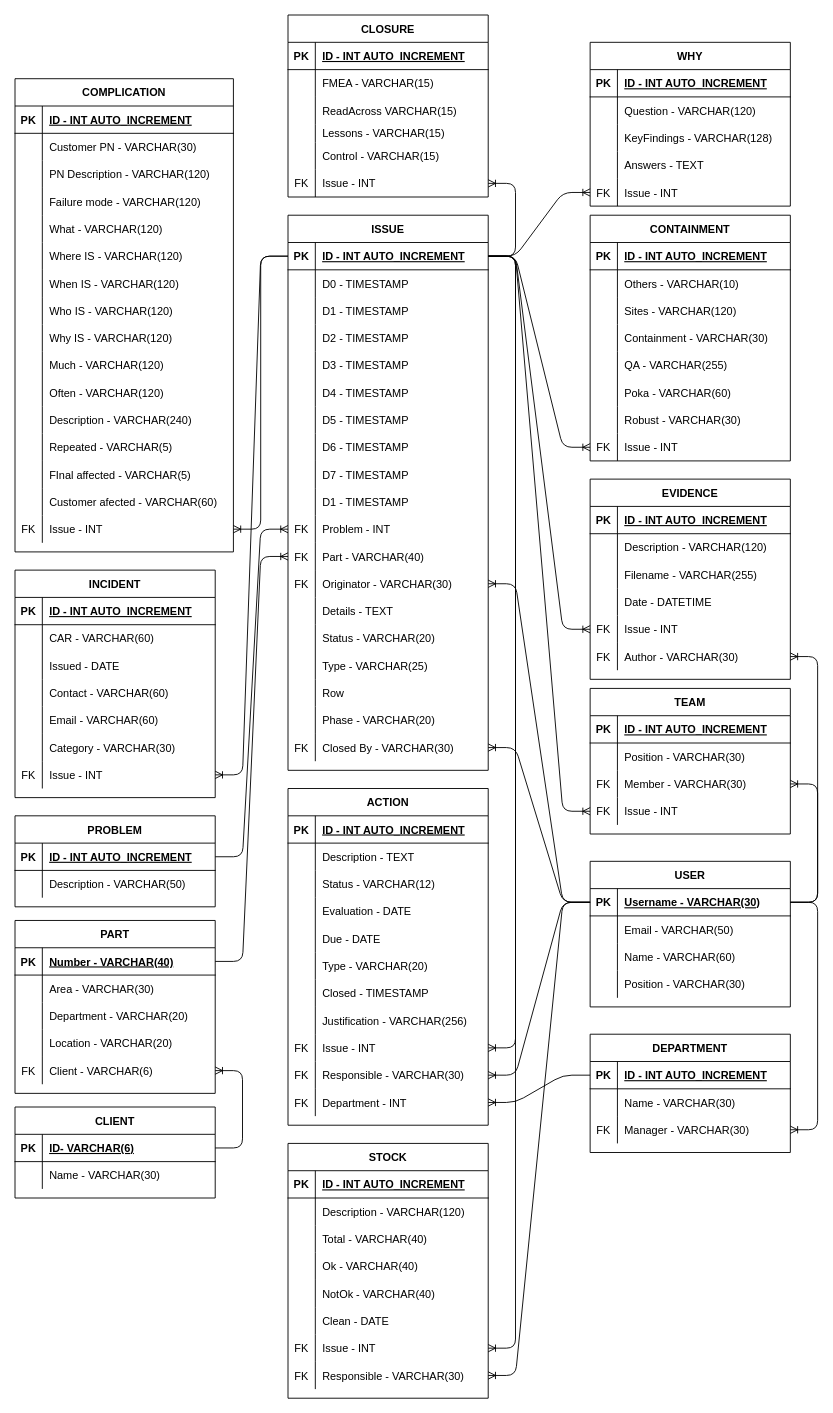
Earlier version of the draw.io diagram api/db/model/TableDiagram.drawio (FFahrenheit/ScrapActionListAPI). Source tidied: cells renumbered, new cells numbered last; positions are measured from the earlier drawing's top-left corner, leaving out a move shared by most shapes. Both pictures are drawn from the tidied source at 91%, with x=0, y=0 at pixel (15, 15).
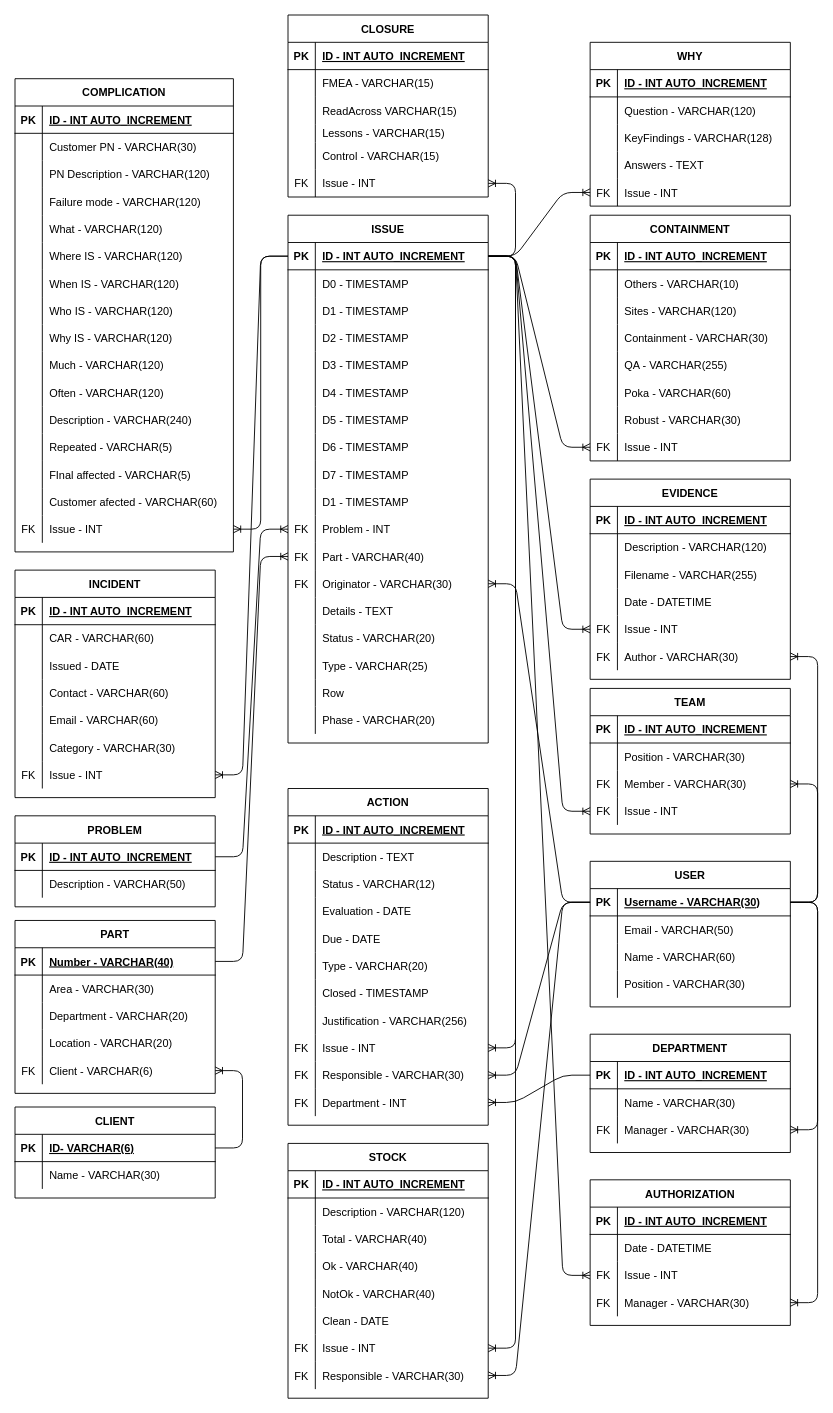
Above is the later version.

Commit message (it also covers changes not shown here):
Arreglo bases de datos para cerrado de issue

Unchanged cells that the change refers to:
```xml
<mxCell id="33" style="shape=partialRectangle;fillColor=none;top=0;left=0;bottom=1;right=0;points=[[0,0.5],[1,0.5]];portConstraint=eastwest;" parent="32" vertex="1">
  <mxGeometry y="30" width="220" height="30" as="geometry" />
</mxCell>
<mxCell id="91" style="shape=partialRectangle;fillColor=none;top=0;left=0;bottom=1;right=0;points=[[0,0.5],[1,0.5]];portConstraint=eastwest;" parent="90" vertex="1">
  <mxGeometry y="30" width="220" height="30" as="geometry" />
</mxCell>
```

The edit, as a diff of the source:
```diff
@@
     <mxCell id="32" value="ISSUE" style="shape=table;startSize=30;childLayout=tableLayout;rowLines=0;fontStyle=1;align=center;" parent="1" vertex="1">
-      <mxGeometry x="300" y="220" width="220" height="610" as="geometry" />
+      <mxGeometry x="300" y="220" width="220" height="580" as="geometry" />
     </mxCell>
@@
-    <mxCell id="87" style="shape=partialRectangle;fillColor=none;top=0;left=0;bottom=0;right=0;points=[[0,0.5],[1,0.5]];portConstraint=eastwest;" parent="32" vertex="1">
-      <mxGeometry y="570" width="220" height="30" as="geometry" />
-    </mxCell>
-    <mxCell id="88" value="FK" style="shape=partialRectangle;fillColor=none;top=0;left=0;bottom=0;right=0;fontStyle=0;overflow=hidden;" parent="87" vertex="1">
-      <mxGeometry width="30" height="30" as="geometry" />
-    </mxCell>
-    <mxCell id="89" value="Closed By - VARCHAR(30)" style="shape=partialRectangle;fillColor=none;top=0;left=0;bottom=0;right=0;align=left;spacingLeft=6;fontStyle=0;overflow=hidden;" parent="87" vertex="1">
-      <mxGeometry x="30" width="190" height="30" as="geometry" />
-    </mxCell>
@@
-    <mxCell id="354" style="edgeStyle=entityRelationEdgeStyle;fontSize=12;html=1;endArrow=ERoneToMany;shadow=0;exitX=0;exitY=0.5;exitDx=0;exitDy=0;" parent="1" edge="1" source="91" target="87">
-      <mxGeometry relative="1" as="geometry" />
-    </mxCell>
+    <mxCell id="355" value="AUTHORIZATION" style="shape=table;startSize=30;childLayout=tableLayout;rowLines=0;fontStyle=1;align=center;" parent="1" vertex="1">
+      <mxGeometry x="632" y="1280" width="220" height="160" as="geometry" />
+    </mxCell>
+    <mxCell id="356" style="shape=partialRectangle;fillColor=none;top=0;left=0;bottom=1;right=0;" parent="355" vertex="1">
+      <mxGeometry y="30" width="220" height="30" as="geometry" />
+    </mxCell>
+    <mxCell id="357" value="PK" style="shape=partialRectangle;fillColor=none;top=0;left=0;bottom=0;right=0;fontStyle=1;overflow=hidden;" parent="356" vertex="1">
+      <mxGeometry width="30" height="30" as="geometry" />
+    </mxCell>
+    <mxCell id="358" value="ID - INT AUTO_INCREMENT" style="shape=partialRectangle;fillColor=none;top=0;left=0;bottom=0;right=0;align=left;spacingLeft=6;fontStyle=5;overflow=hidden;" parent="356" vertex="1">
+      <mxGeometry x="30" width="190" height="30" as="geometry" />
+    </mxCell>
+    <mxCell id="359" style="shape=partialRectangle;fillColor=none;top=0;left=0;bottom=0;right=0;" parent="355" vertex="1">
+      <mxGeometry y="60" width="220" height="30" as="geometry" />
+    </mxCell>
+    <mxCell id="360" style="shape=partialRectangle;fillColor=none;top=0;left=0;bottom=0;right=0;overflow=hidden;" parent="359" vertex="1">
+      <mxGeometry width="30" height="30" as="geometry" />
+    </mxCell>
+    <mxCell id="361" value="Date - DATETIME" style="shape=partialRectangle;fillColor=none;top=0;left=0;bottom=0;right=0;align=left;spacingLeft=6;overflow=hidden;" parent="359" vertex="1">
+      <mxGeometry x="30" width="190" height="30" as="geometry" />
+    </mxCell>
+    <mxCell id="362" style="shape=partialRectangle;fillColor=none;top=0;left=0;bottom=0;right=0;points=[[0,0.5],[1,0.5]];portConstraint=eastwest;" parent="355" vertex="1">
+      <mxGeometry y="90" width="220" height="30" as="geometry" />
+    </mxCell>
+    <mxCell id="363" value="FK" style="shape=partialRectangle;fillColor=none;top=0;left=0;bottom=0;right=0;fontStyle=0;overflow=hidden;" parent="362" vertex="1">
+      <mxGeometry width="30" height="30" as="geometry" />
+    </mxCell>
+    <mxCell id="364" value="Issue - INT" style="shape=partialRectangle;fillColor=none;top=0;left=0;bottom=0;right=0;align=left;spacingLeft=6;fontStyle=0;overflow=hidden;" parent="362" vertex="1">
+      <mxGeometry x="30" width="190" height="30" as="geometry" />
+    </mxCell>
+    <mxCell id="365" style="shape=partialRectangle;fillColor=none;top=0;left=0;bottom=0;right=0;points=[[0,0.5],[1,0.5]];portConstraint=eastwest;" parent="355" vertex="1">
+      <mxGeometry y="120" width="220" height="30" as="geometry" />
+    </mxCell>
+    <mxCell id="366" value="FK" style="shape=partialRectangle;fillColor=none;top=0;left=0;bottom=0;right=0;fontStyle=0;overflow=hidden;" parent="365" vertex="1">
+      <mxGeometry width="30" height="30" as="geometry" />
+    </mxCell>
+    <mxCell id="367" value="Manager - VARCHAR(30)" style="shape=partialRectangle;fillColor=none;top=0;left=0;bottom=0;right=0;align=left;spacingLeft=6;fontStyle=0;overflow=hidden;" parent="365" vertex="1">
+      <mxGeometry x="30" width="190" height="30" as="geometry" />
+    </mxCell>
+    <mxCell id="368" style="edgeStyle=entityRelationEdgeStyle;fontSize=12;html=1;endArrow=ERoneToMany;shadow=0;entryX=1;entryY=0.5;entryDx=0;entryDy=0;exitX=1;exitY=0.5;exitDx=0;exitDy=0;" parent="1" edge="1" source="91" target="365">
+      <mxGeometry relative="1" as="geometry" />
+    </mxCell>
+    <mxCell id="369" style="edgeStyle=entityRelationEdgeStyle;fontSize=12;html=1;endArrow=ERoneToMany;shadow=0;exitX=1;exitY=0.5;exitDx=0;exitDy=0;" parent="1" edge="1" source="33" target="362">
+      <mxGeometry relative="1" as="geometry" />
+    </mxCell>
```
